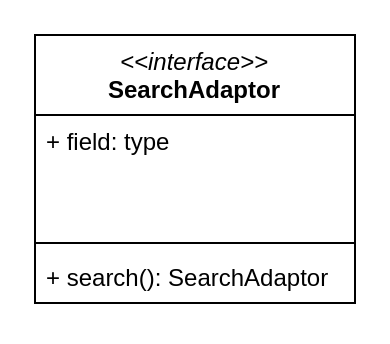
antonykimuom/SWEN30006-2025-SM1-workshop1-tuew05-14-00-team-12 keeps this draw.io diagram as workshop8-week9.drawio. Above is the earlier version. Source tidied: cells renumbered, new cells numbered last; positions are measured from the earlier drawing's top-left corner, leaving out a move shared by most shapes. Both pictures are drawn from the tidied source at 200%, with x=0, y=0 at pixel (34, 34).
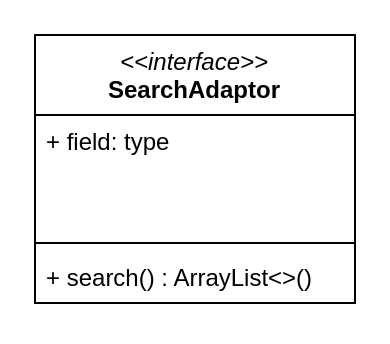
After the change.

Commit message:
fixed Adaptor to return correctly

The edit, as a diff of the source:
```diff
@@
 <mxGraphModel>
   <root>
     <mxCell id="0" />
     <mxCell id="1" parent="0" />
     <mxCell id="2" value="&lt;div&gt;&lt;span style=&quot;font-weight: normal;&quot;&gt;&lt;i&gt;&amp;lt;&amp;lt;interface&amp;gt;&amp;gt;&lt;/i&gt;&lt;/span&gt;&lt;/div&gt;SearchAdaptor" style="swimlane;fontStyle=1;align=center;verticalAlign=top;horizontal=1;startSize=40;whiteSpace=wrap;html=1;" parent="1" vertex="1">
       <mxGeometry width="160" height="134" as="geometry" />
     </mxCell>
     <mxCell id="3" value="+ field: type" style="text;strokeColor=none;fillColor=none;align=left;verticalAlign=top;spacingLeft=4;spacingRight=4;overflow=hidden;whiteSpace=wrap;html=1;" parent="2" vertex="1">
       <mxGeometry y="40" width="160" height="60" as="geometry" />
     </mxCell>
     <mxCell id="4" style="line;strokeWidth=1;fillColor=none;align=left;verticalAlign=middle;spacingTop=-1;spacingLeft=3;spacingRight=3;labelPosition=right;strokeColor=inherit;" parent="2" vertex="1">
       <mxGeometry y="100" width="160" height="8" as="geometry" />
     </mxCell>
-    <mxCell id="5" value="+ search(): SearchAdaptor" style="text;strokeColor=none;fillColor=none;align=left;verticalAlign=top;spacingLeft=4;spacingRight=4;overflow=hidden;whiteSpace=wrap;html=1;" parent="2" vertex="1">
+    <mxCell id="5" value="+ search() : ArrayList&amp;lt;&amp;gt;()" style="text;strokeColor=none;fillColor=none;align=left;verticalAlign=top;spacingLeft=4;spacingRight=4;overflow=hidden;whiteSpace=wrap;html=1;" parent="2" vertex="1">
       <mxGeometry y="108" width="160" height="26" as="geometry" />
     </mxCell>
   </root>
 </mxGraphModel>
```
